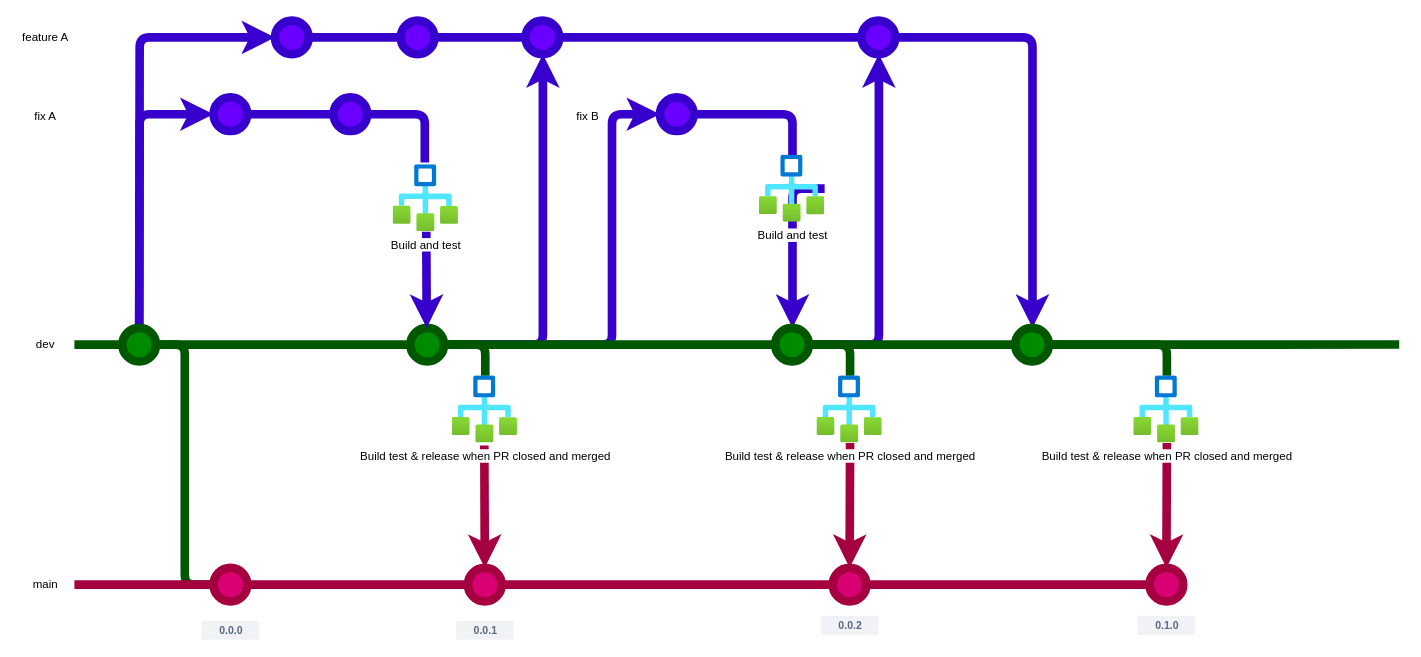
Lionk-Framework/Lionk keeps this draw.io diagram as docs/Workflow/workflow.drawio. Above is the earlier version. Source tidied: cells renumbered, new cells numbered last; positions are measured from the earlier drawing's top-left corner, leaving out a move shared by most shapes. Both pictures are drawn from the tidied source at 96%, with x=0, y=0 at pixel (16, 20).
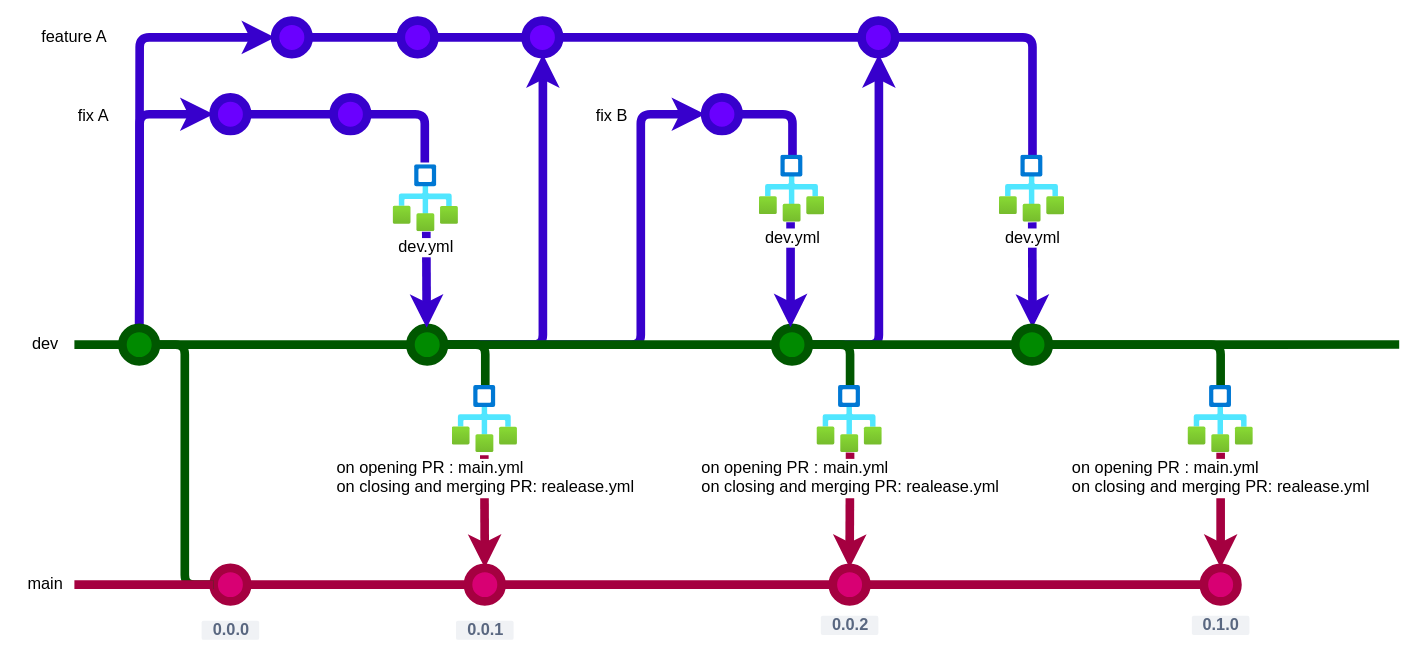
After the change.

Commit message (it also covers changes not shown here):
Work on workflow description

The change refers to these unchanged cells:
```xml
<mxCell id="11" style="ellipse;whiteSpace=wrap;html=1;fillColor=#008a00;fontColor=#ffffff;strokeColor=#005700;strokeWidth=9;" parent="1" vertex="1">
  <mxGeometry x="110" y="320" width="35" height="35" as="geometry" />
</mxCell>
<mxCell id="19" style="ellipse;whiteSpace=wrap;html=1;fillColor=#6a00ff;fontColor=#ffffff;strokeColor=#3700CC;strokeWidth=9;" parent="1" vertex="1">
  <mxGeometry x="269" width="35" height="35" as="geometry" />
</mxCell>
<mxCell id="27" style="ellipse;whiteSpace=wrap;html=1;fillColor=#008a00;fontColor=#ffffff;strokeColor=#005700;strokeWidth=9;" parent="1" vertex="1">
  <mxGeometry x="410" y="320" width="35" height="35" as="geometry" />
</mxCell>
<mxCell id="39" style="ellipse;whiteSpace=wrap;html=1;fillColor=#6a00ff;fontColor=#ffffff;strokeColor=#3700CC;strokeWidth=9;" parent="1" vertex="1">
  <mxGeometry x="880" width="35" height="35" as="geometry" />
</mxCell>
<mxCell id="45" style="ellipse;whiteSpace=wrap;html=1;fillColor=#008a00;fontColor=#ffffff;strokeColor=#005700;strokeWidth=9;" parent="1" vertex="1">
  <mxGeometry x="790" y="320" width="35" height="35" as="geometry" />
</mxCell>
<mxCell id="55" style="ellipse;whiteSpace=wrap;html=1;fillColor=#008a00;fontColor=#ffffff;strokeColor=#005700;strokeWidth=9;" parent="1" vertex="1">
  <mxGeometry x="1040" y="320" width="35" height="35" as="geometry" />
</mxCell>
```

Change to the diagram source:
```diff
@@
-    <mxCell id="4" value="main" style="text;html=1;strokeColor=none;fillColor=none;align=center;verticalAlign=middle;whiteSpace=wrap;rounded=0;strokeWidth=9;" parent="1" vertex="1">
+    <mxCell id="4" value="main" style="text;html=1;strokeColor=none;fillColor=none;align=center;verticalAlign=middle;whiteSpace=wrap;rounded=0;strokeWidth=9;fontSize=17;labelBackgroundColor=default;" parent="1" vertex="1">
       <mxGeometry y="572.5" width="60" height="30" as="geometry" />
     </mxCell>
-    <mxCell id="5" value="0.0.0" style="dashed=0;html=1;fillColor=#F0F2F5;strokeColor=none;align=center;rounded=1;arcSize=10;fontColor=#596780;fontStyle=1;fontSize=11;shadow=0;strokeWidth=9;" parent="1" vertex="1">
+    <mxCell id="5" value="0.0.0" style="dashed=0;html=1;fillColor=#F0F2F5;strokeColor=none;align=center;rounded=1;arcSize=10;fontColor=#596780;fontStyle=1;fontSize=17;shadow=0;strokeWidth=9;fontFamily=Helvetica;" parent="1" vertex="1">
       <mxGeometry x="192.5" y="625" width="60" height="20" as="geometry" />
     </mxCell>
-    <mxCell id="6" value="feature A" style="text;html=1;strokeColor=none;fillColor=none;align=center;verticalAlign=middle;whiteSpace=wrap;rounded=0;strokeWidth=9;" parent="1" vertex="1">
-      <mxGeometry y="2.5" width="60" height="30" as="geometry" />
+    <mxCell id="6" value="feature A" style="text;html=1;strokeColor=none;fillColor=none;align=center;verticalAlign=middle;whiteSpace=wrap;rounded=0;strokeWidth=9;fontSize=17;labelBackgroundColor=default;" parent="1" vertex="1">
+      <mxGeometry x="20" y="2.5" width="80" height="30" as="geometry" />
     </mxCell>
-    <mxCell id="7" value="fix A" style="text;html=1;strokeColor=none;fillColor=none;align=center;verticalAlign=middle;whiteSpace=wrap;rounded=0;strokeWidth=9;" parent="1" vertex="1">
-      <mxGeometry y="85" width="60" height="30" as="geometry" />
+    <mxCell id="7" value="fix A" style="text;html=1;strokeColor=none;fillColor=none;align=center;verticalAlign=middle;whiteSpace=wrap;rounded=0;strokeWidth=9;fontSize=17;labelBackgroundColor=default;" parent="1" vertex="1">
+      <mxGeometry x="50" y="85" width="60" height="30" as="geometry" />
     </mxCell>
@@
-    <mxCell id="9" style="edgeStyle=elbowEdgeStyle;html=1;exitX=0.5;exitY=0;exitDx=0;exitDy=0;entryX=0;entryY=0.5;entryDx=0;entryDy=0;strokeWidth=9;endArrow=classic;endFill=1;fillColor=#6a00ff;strokeColor=#3700CC;" parent="1" edge="1" source="11" target="19">
+    <mxCell id="9" style="edgeStyle=elbowEdgeStyle;html=1;exitX=0.5;exitY=0;exitDx=0;exitDy=0;entryX=0;entryY=0.5;entryDx=0;entryDy=0;strokeWidth=9;endArrow=classic;endFill=1;fillColor=#6a00ff;strokeColor=#3700CC;startFill=1;orthogonal=0;fixDash=0;rounded=1;" parent="1" edge="1" source="11" target="19">
       <mxGeometry relative="1" as="geometry">
         <Array as="points">
           <mxPoint x="128" y="80" />
         </Array>
       </mxGeometry>
     </mxCell>
@@
-    <mxCell id="12" value="dev" style="text;html=1;strokeColor=none;fillColor=none;align=center;verticalAlign=middle;whiteSpace=wrap;rounded=0;strokeWidth=9;" parent="1" vertex="1">
+    <mxCell id="12" value="dev" style="text;html=1;strokeColor=none;fillColor=none;align=center;verticalAlign=middle;whiteSpace=wrap;rounded=0;strokeWidth=9;fontSize=17;labelBackgroundColor=default;" parent="1" vertex="1">
       <mxGeometry y="322.5" width="60" height="30" as="geometry" />
     </mxCell>
@@
     <mxCell id="25" style="edgeStyle=elbowEdgeStyle;html=1;exitX=1;exitY=0.5;exitDx=0;exitDy=0;entryX=0;entryY=0.5;entryDx=0;entryDy=0;strokeWidth=9;endArrow=classic;endFill=1;fillColor=#6a00ff;strokeColor=#3700CC;" parent="1" edge="1" source="27" target="41">
       <mxGeometry relative="1" as="geometry">
         <Array as="points">
+          <mxPoint x="650" y="170" />
           <mxPoint x="620" y="200" />
           <mxPoint x="640" y="130" />
           <mxPoint x="700" y="160" />
           <mxPoint x="660" y="190" />
           <mxPoint x="700" y="200" />
         </Array>
       </mxGeometry>
     </mxCell>
@@
-    <mxCell id="29" value="Build and test" style="html=1;points=[];align=center;image;fontSize=12;image=img/lib/azure2/general/Workflow.svg;strokeWidth=9;" parent="1" vertex="1">
+    <mxCell id="29" value="dev.yml" style="html=1;points=[];align=center;image;fontSize=17;image=img/lib/azure2/general/Workflow.svg;strokeWidth=9;" parent="1" vertex="1">
       <mxGeometry x="392" y="150" width="68" height="70" as="geometry" />
     </mxCell>
@@
-    <mxCell id="34" value="Build test &amp;amp; release when PR closed and merged" style="html=1;points=[];align=center;image;fontSize=12;image=img/lib/azure2/general/Workflow.svg;strokeWidth=9;" parent="1" vertex="1">
-      <mxGeometry x="453.5" y="370" width="68" height="70" as="geometry" />
+    <mxCell id="34" value="&lt;div style=&quot;text-align: left; font-size: 17px;&quot;&gt;on opening PR : main.yml&lt;/div&gt;&lt;div style=&quot;text-align: left; font-size: 17px;&quot;&gt;on closing and merging PR: realease.yml&lt;/div&gt;" style="html=1;points=[];align=center;image;fontSize=17;image=img/lib/azure2/general/Workflow.svg;strokeWidth=9;" parent="1" vertex="1">
+      <mxGeometry x="453.5" y="380" width="68" height="70" as="geometry" />
     </mxCell>
@@
-    <mxCell id="37" value="0.0.1" style="dashed=0;html=1;fillColor=#F0F2F5;strokeColor=none;align=center;rounded=1;arcSize=10;fontColor=#596780;fontStyle=1;fontSize=11;shadow=0;strokeWidth=9;" parent="1" vertex="1">
+    <mxCell id="37" value="0.0.1" style="dashed=0;html=1;fillColor=#F0F2F5;strokeColor=none;align=center;rounded=1;arcSize=10;fontColor=#596780;fontStyle=1;fontSize=17;shadow=0;strokeWidth=9;fontFamily=Helvetica;" parent="1" vertex="1">
       <mxGeometry x="457.5" y="625" width="60" height="20" as="geometry" />
     </mxCell>
-    <mxCell id="38" style="edgeStyle=elbowEdgeStyle;html=1;exitX=1;exitY=0.5;exitDx=0;exitDy=0;entryX=0.5;entryY=0;entryDx=0;entryDy=0;strokeWidth=9;endArrow=classic;endFill=1;fillColor=#6a00ff;strokeColor=#3700CC;" parent="1" edge="1" source="39" target="55">
+    <mxCell id="38" style="edgeStyle=elbowEdgeStyle;html=1;exitX=0.504;exitY=1.002;exitDx=0;exitDy=0;entryX=0.5;entryY=0;entryDx=0;entryDy=0;strokeWidth=9;endArrow=classic;endFill=1;fillColor=#6a00ff;strokeColor=#3700CC;startArrow=none;exitPerimeter=0;" parent="1" edge="1" source="63" target="55">
       <mxGeometry relative="1" as="geometry">
         <Array as="points">
           <mxPoint x="1058" y="260" />
         </Array>
       </mxGeometry>
     </mxCell>
@@
-    <mxCell id="40" style="edgeStyle=elbowEdgeStyle;html=1;exitX=1;exitY=0.5;exitDx=0;exitDy=0;entryX=0.5;entryY=0;entryDx=0;entryDy=0;strokeWidth=9;endArrow=classic;endFill=1;fillColor=#6a00ff;strokeColor=#3700CC;startArrow=none;" parent="1" edge="1" source="47" target="45">
-      <mxGeometry relative="1" as="geometry">
-        <Array as="points">
-          <mxPoint x="808" y="210" />
-        </Array>
-      </mxGeometry>
-    </mxCell>
     <mxCell id="41" style="ellipse;whiteSpace=wrap;html=1;fillColor=#6a00ff;fontColor=#ffffff;strokeColor=#3700CC;strokeWidth=9;" parent="1" vertex="1">
-      <mxGeometry x="670" y="80" width="35" height="35" as="geometry" />
+      <mxGeometry x="717" y="80" width="35" height="35" as="geometry" />
     </mxCell>
-    <mxCell id="42" value="fix B" style="text;html=1;strokeColor=none;fillColor=none;align=center;verticalAlign=middle;whiteSpace=wrap;rounded=0;strokeWidth=9;" parent="1" vertex="1">
-      <mxGeometry x="565" y="85" width="60" height="30" as="geometry" />
+    <mxCell id="42" value="fix B" style="text;html=1;strokeColor=none;fillColor=none;align=center;verticalAlign=middle;whiteSpace=wrap;rounded=0;strokeWidth=9;fontSize=17;labelBackgroundColor=default;" parent="1" vertex="1">
+      <mxGeometry x="590" y="85" width="60" height="30" as="geometry" />
     </mxCell>
@@
-    <mxCell id="47" value="Build and test" style="html=1;points=[];align=center;image;fontSize=12;image=img/lib/azure2/general/Workflow.svg;strokeWidth=9;" parent="1" vertex="1">
-      <mxGeometry x="773.5" y="140" width="68" height="70" as="geometry" />
-    </mxCell>
@@
-    <mxCell id="52" value="Build test &amp;amp; release when PR closed and merged" style="html=1;points=[];align=center;image;fontSize=12;image=img/lib/azure2/general/Workflow.svg;strokeWidth=9;" parent="1" vertex="1">
-      <mxGeometry x="833.5" y="370" width="68" height="70" as="geometry" />
+    <mxCell id="52" value="&lt;div style=&quot;text-align: left; font-size: 17px;&quot;&gt;on opening PR : main.yml&lt;/div&gt;&lt;div style=&quot;text-align: left; font-size: 17px;&quot;&gt;on closing and merging PR: realease.yml&lt;/div&gt;" style="html=1;points=[];align=center;image;fontSize=17;image=img/lib/azure2/general/Workflow.svg;strokeWidth=9;" parent="1" vertex="1">
+      <mxGeometry x="833.5" y="380" width="68" height="70" as="geometry" />
     </mxCell>
-    <mxCell id="53" value="0.0.2" style="dashed=0;html=1;fillColor=#F0F2F5;strokeColor=none;align=center;rounded=1;arcSize=10;fontColor=#596780;fontStyle=1;fontSize=11;shadow=0;strokeWidth=9;" parent="1" vertex="1">
+    <mxCell id="53" value="0.0.2" style="dashed=0;html=1;fillColor=#F0F2F5;strokeColor=none;align=center;rounded=1;arcSize=10;fontColor=#596780;fontStyle=1;fontSize=17;shadow=0;strokeWidth=9;fontFamily=Helvetica;" parent="1" vertex="1">
       <mxGeometry x="837.5" y="620" width="60" height="20" as="geometry" />
     </mxCell>
@@
     <mxCell id="57" style="ellipse;whiteSpace=wrap;html=1;fillColor=#d80073;fontColor=#ffffff;strokeColor=#A50040;strokeWidth=9;" parent="1" vertex="1">
-      <mxGeometry x="1180" y="570" width="35" height="35" as="geometry" />
+      <mxGeometry x="1236.5" y="570" width="35" height="35" as="geometry" />
     </mxCell>
     <mxCell id="58" style="edgeStyle=elbowEdgeStyle;html=1;exitX=1;exitY=0.5;exitDx=0;exitDy=0;entryX=0.5;entryY=0;entryDx=0;entryDy=0;strokeWidth=9;startArrow=none;startFill=0;endArrow=none;endFill=1;fillColor=#008a00;strokeColor=#005700;" parent="1" edge="1" source="55" target="59">
       <mxGeometry relative="1" as="geometry">
         <Array as="points">
-          <mxPoint x="1198" y="350" />
+          <mxPoint x="1254" y="360" />
         </Array>
       </mxGeometry>
     </mxCell>
-    <mxCell id="59" value="Build test &amp;amp; release when PR closed and merged" style="html=1;points=[];align=center;image;fontSize=12;image=img/lib/azure2/general/Workflow.svg;strokeWidth=9;" parent="1" vertex="1">
-      <mxGeometry x="1163.5" y="370" width="68" height="70" as="geometry" />
+    <mxCell id="59" value="&lt;div style=&quot;text-align: left; font-size: 17px;&quot;&gt;on opening PR : main.yml&lt;/div&gt;&lt;div style=&quot;text-align: left; font-size: 17px;&quot;&gt;on closing and merging PR: realease.yml&lt;/div&gt;" style="html=1;points=[];align=center;image;fontSize=17;image=img/lib/azure2/general/Workflow.svg;strokeWidth=9;" parent="1" vertex="1">
+      <mxGeometry x="1220" y="380" width="68" height="70" as="geometry" />
     </mxCell>
-    <mxCell id="60" value="0.1.0" style="dashed=0;html=1;fillColor=#F0F2F5;strokeColor=none;align=center;rounded=1;arcSize=10;fontColor=#596780;fontStyle=1;fontSize=11;shadow=0;strokeWidth=9;" parent="1" vertex="1">
-      <mxGeometry x="1167.5" y="620" width="60" height="20" as="geometry" />
+    <mxCell id="60" value="0.1.0" style="dashed=0;html=1;fillColor=#F0F2F5;strokeColor=none;align=center;rounded=1;arcSize=10;fontColor=#596780;fontStyle=1;fontSize=17;shadow=0;strokeWidth=9;fontFamily=Helvetica;" parent="1" vertex="1">
+      <mxGeometry x="1224" y="620" width="60" height="20" as="geometry" />
     </mxCell>
+    <mxCell id="61" style="edgeStyle=elbowEdgeStyle;html=1;strokeWidth=9;endArrow=classic;endFill=1;fillColor=#6a00ff;strokeColor=#3700CC;entryX=0.443;entryY=-0.019;entryDx=0;entryDy=0;entryPerimeter=0;" parent="1" edge="1" target="45">
+      <mxGeometry relative="1" as="geometry">
+        <mxPoint x="806" y="210" as="sourcePoint" />
+        <Array as="points">
+          <mxPoint x="806" y="270" />
+        </Array>
+      </mxGeometry>
+    </mxCell>
+    <mxCell id="47" value="dev.yml" style="html=1;points=[];align=center;image;fontSize=17;image=img/lib/azure2/general/Workflow.svg;strokeWidth=9;" parent="1" vertex="1">
+      <mxGeometry x="773.5" y="140" width="68" height="70" as="geometry" />
+    </mxCell>
+    <mxCell id="62" style="edgeStyle=elbowEdgeStyle;html=1;exitX=1;exitY=0.5;exitDx=0;exitDy=0;entryX=0.5;entryY=0;entryDx=0;entryDy=0;strokeWidth=9;endArrow=none;endFill=1;fillColor=#6a00ff;strokeColor=#3700CC;" parent="1" edge="1" source="39" target="63">
+      <mxGeometry relative="1" as="geometry">
+        <Array as="points">
+          <mxPoint x="1058" y="80" />
+        </Array>
+      </mxGeometry>
+    </mxCell>
+    <mxCell id="63" value="dev.yml" style="html=1;points=[];align=center;image;fontSize=17;image=img/lib/azure2/general/Workflow.svg;strokeWidth=9;" parent="1" vertex="1">
+      <mxGeometry x="1023.5" y="140" width="68" height="70" as="geometry" />
+    </mxCell>
```
